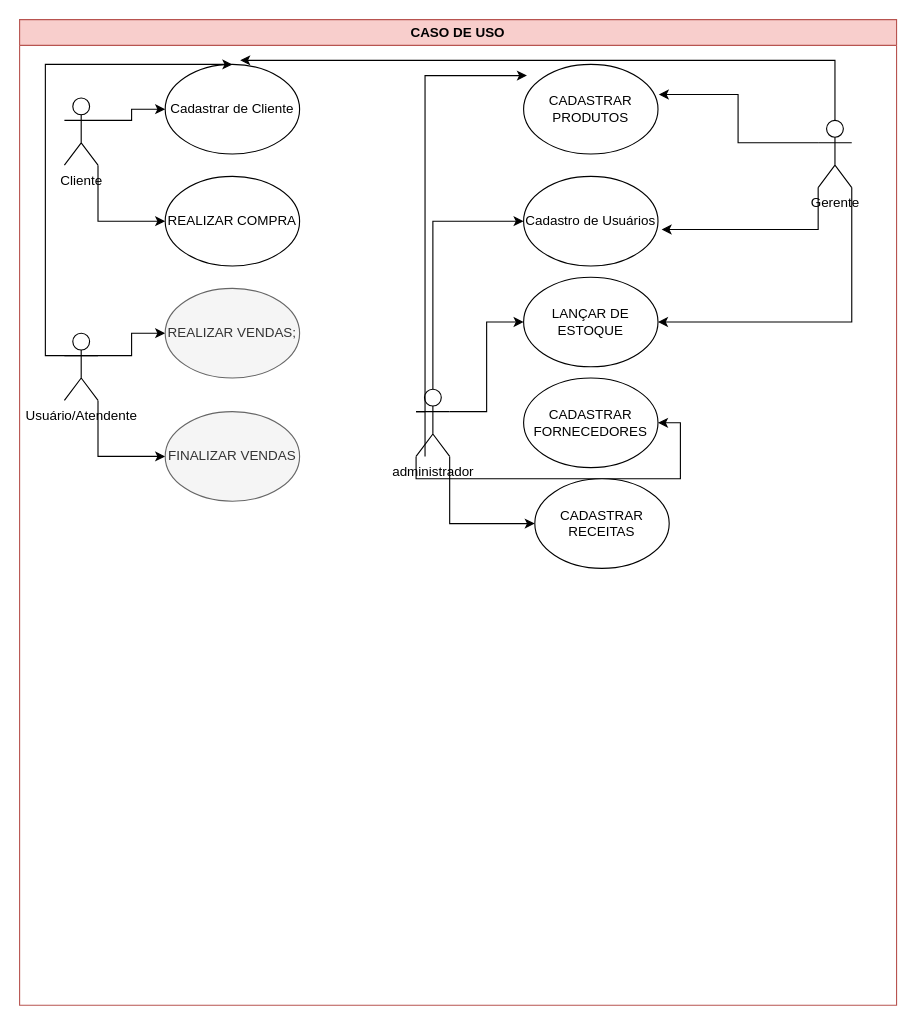
The draw.io diagram page "CASO DE USO" (1 of 2) of exerciocio.drawio in AirlanDEV/diagramasderequisitos, before the edit. Source tidied: cells renumbered, new cells numbered last; positions are measured from the earlier drawing's top-left corner, leaving out a move shared by most shapes. Both pictures are drawn from the tidied source at 112%, with x=0, y=0 at pixel (19, 19).
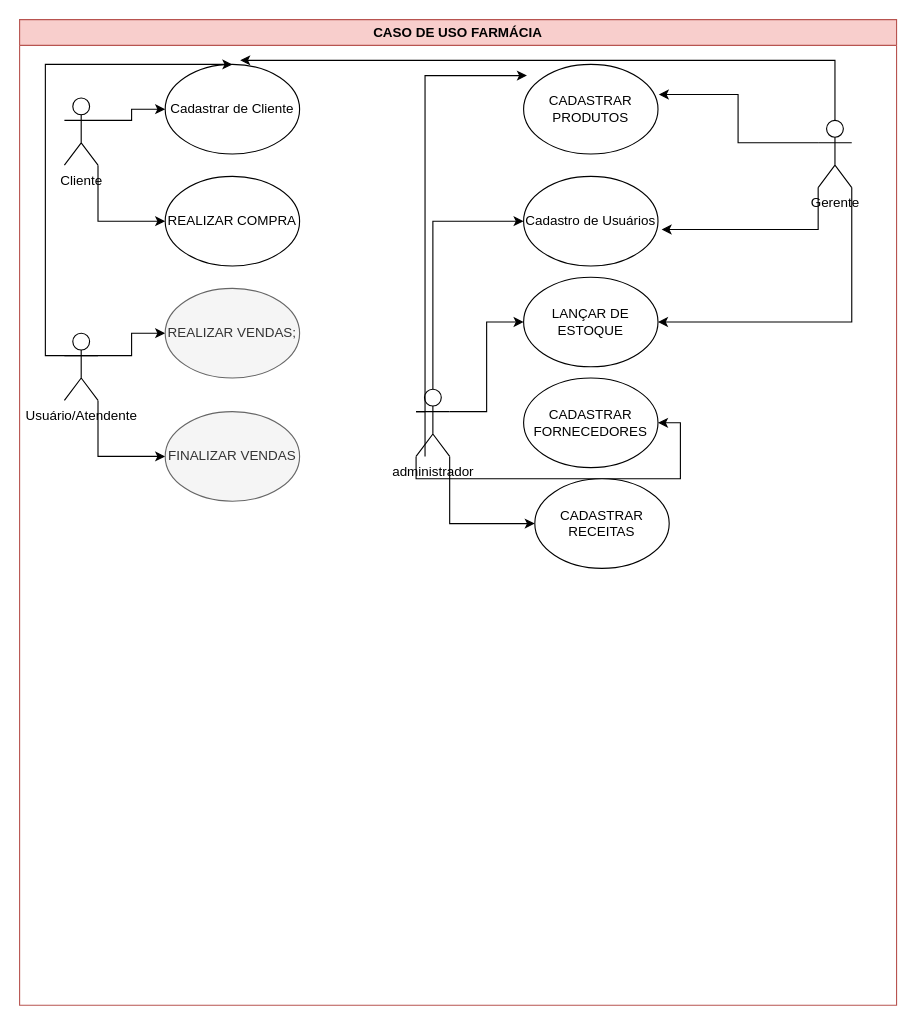
Above is the later version.

What changed in the source:
```diff
@@
-    <mxCell id="2" value="CASO DE USO" style="swimlane;whiteSpace=wrap;html=1;fillColor=#f8cecc;strokeColor=#b85450;" parent="1" vertex="1">
+    <mxCell id="2" value="CASO DE USO FARMÁCIA" style="swimlane;whiteSpace=wrap;html=1;fillColor=#f8cecc;strokeColor=#b85450;" parent="1" vertex="1">
       <mxGeometry width="783" height="880" as="geometry" />
     </mxCell>
```
